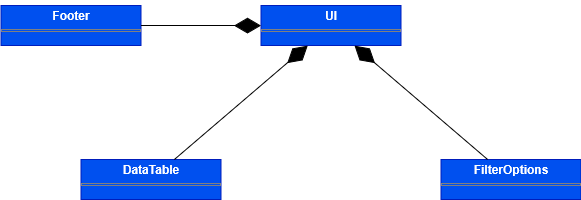
Before: Docs/PB/Generali Esterni/specifica_tecnica/template/images/uml_front/ui/ui.png, a diagram exported from draw.io (6BitBusters/6BitBusters.github.io). Source tidied: cells renumbered, new cells last; positions are measured from the earlier drawing's top-left corner, leaving out a move shared by most shapes. Source of this version:
```xml
<mxGraphModel>
  <root>
    <mxCell id="0" />
    <mxCell id="1" parent="0" />
    <mxCell id="2" value="&lt;p style=&quot;margin:0px;margin-top:4px;text-align:center;&quot;&gt;&lt;b&gt;UI&lt;/b&gt;&lt;/p&gt;&lt;hr size=&quot;1&quot; style=&quot;border-style:solid;&quot;&gt;&lt;div style=&quot;height:2px;&quot;&gt;&lt;/div&gt;" style="verticalAlign=top;align=left;overflow=fill;html=1;whiteSpace=wrap;fillColor=#0050ef;fontColor=#ffffff;strokeColor=#001DBC;" parent="1" vertex="1">
      <mxGeometry x="259.5" width="140" height="40" as="geometry" />
    </mxCell>
    <mxCell id="3" value="&lt;p style=&quot;margin:0px;margin-top:4px;text-align:center;&quot;&gt;&lt;b&gt;DataTable&lt;/b&gt;&lt;/p&gt;&lt;hr size=&quot;1&quot; style=&quot;border-style:solid;&quot;&gt;&lt;div style=&quot;height:2px;&quot;&gt;&lt;/div&gt;" style="verticalAlign=top;align=left;overflow=fill;html=1;whiteSpace=wrap;fillColor=#0050ef;fontColor=#ffffff;strokeColor=#001DBC;" parent="1" vertex="1">
      <mxGeometry x="79.5" y="154" width="140" height="40" as="geometry" />
    </mxCell>
    <mxCell id="4" value="&lt;p style=&quot;margin:0px;margin-top:4px;text-align:center;&quot;&gt;&lt;b&gt;FilterOptions&lt;/b&gt;&lt;/p&gt;&lt;hr size=&quot;1&quot; style=&quot;border-style:solid;&quot;&gt;&lt;div style=&quot;height:2px;&quot;&gt;&lt;/div&gt;" style="verticalAlign=top;align=left;overflow=fill;html=1;whiteSpace=wrap;fillColor=#0050ef;fontColor=#ffffff;strokeColor=#001DBC;" parent="1" vertex="1">
      <mxGeometry x="439.5" y="154" width="140" height="40" as="geometry" />
    </mxCell>
    <mxCell id="5" style="endArrow=diamondThin;endFill=1;endSize=24;html=1;rounded=0;" parent="1" edge="1" source="3" target="2">
      <mxGeometry relative="1" as="geometry" />
    </mxCell>
    <mxCell id="6" style="endArrow=diamondThin;endFill=1;endSize=24;html=1;rounded=0;" parent="1" edge="1" source="4" target="2">
      <mxGeometry relative="1" as="geometry" />
    </mxCell>
    <mxCell id="7" value="&lt;p style=&quot;margin:0px;margin-top:4px;text-align:center;&quot;&gt;&lt;b&gt;Footer&lt;/b&gt;&lt;/p&gt;&lt;hr size=&quot;1&quot; style=&quot;border-style:solid;&quot;&gt;&lt;div style=&quot;height:2px;&quot;&gt;&lt;/div&gt;" style="verticalAlign=top;align=left;overflow=fill;html=1;whiteSpace=wrap;fillColor=#0050ef;fontColor=#ffffff;strokeColor=#001DBC;" parent="1" vertex="1">
      <mxGeometry x="-0.5" width="140" height="40" as="geometry" />
    </mxCell>
    <mxCell id="8" style="endArrow=diamondThin;endFill=1;endSize=24;html=1;rounded=0;" parent="1" edge="1" source="7" target="2">
      <mxGeometry relative="1" as="geometry" />
    </mxCell>
  </root>
</mxGraphModel>
```
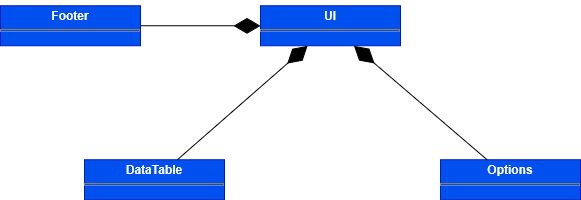
After the change.

What changed in the source:
```diff
@@ -3,13 +3,13 @@
     <mxCell id="0" />
     <mxCell id="1" parent="0" />
     <mxCell id="2" value="&lt;p style=&quot;margin:0px;margin-top:4px;text-align:center;&quot;&gt;&lt;b&gt;UI&lt;/b&gt;&lt;/p&gt;&lt;hr size=&quot;1&quot; style=&quot;border-style:solid;&quot;&gt;&lt;div style=&quot;height:2px;&quot;&gt;&lt;/div&gt;" style="verticalAlign=top;align=left;overflow=fill;html=1;whiteSpace=wrap;fillColor=#0050ef;fontColor=#ffffff;strokeColor=#001DBC;" parent="1" vertex="1">
-      <mxGeometry x="259.5" width="140" height="40" as="geometry" />
+      <mxGeometry x="259.5" y="0.1" width="140" height="40" as="geometry" />
     </mxCell>
     <mxCell id="3" value="&lt;p style=&quot;margin:0px;margin-top:4px;text-align:center;&quot;&gt;&lt;b&gt;DataTable&lt;/b&gt;&lt;/p&gt;&lt;hr size=&quot;1&quot; style=&quot;border-style:solid;&quot;&gt;&lt;div style=&quot;height:2px;&quot;&gt;&lt;/div&gt;" style="verticalAlign=top;align=left;overflow=fill;html=1;whiteSpace=wrap;fillColor=#0050ef;fontColor=#ffffff;strokeColor=#001DBC;" parent="1" vertex="1">
-      <mxGeometry x="79.5" y="154" width="140" height="40" as="geometry" />
+      <mxGeometry x="83.5" y="154.1" width="140" height="40" as="geometry" />
     </mxCell>
-    <mxCell id="4" value="&lt;p style=&quot;margin:0px;margin-top:4px;text-align:center;&quot;&gt;&lt;b&gt;FilterOptions&lt;/b&gt;&lt;/p&gt;&lt;hr size=&quot;1&quot; style=&quot;border-style:solid;&quot;&gt;&lt;div style=&quot;height:2px;&quot;&gt;&lt;/div&gt;" style="verticalAlign=top;align=left;overflow=fill;html=1;whiteSpace=wrap;fillColor=#0050ef;fontColor=#ffffff;strokeColor=#001DBC;" parent="1" vertex="1">
-      <mxGeometry x="439.5" y="154" width="140" height="40" as="geometry" />
+    <mxCell id="4" value="&lt;p style=&quot;margin:0px;margin-top:4px;text-align:center;&quot;&gt;&lt;b&gt;Options&lt;/b&gt;&lt;/p&gt;&lt;hr size=&quot;1&quot; style=&quot;border-style:solid;&quot;&gt;&lt;div style=&quot;height:2px;&quot;&gt;&lt;br&gt;&lt;/div&gt;" style="verticalAlign=top;align=left;overflow=fill;html=1;whiteSpace=wrap;fillColor=#0050ef;fontColor=#ffffff;strokeColor=#001DBC;" parent="1" vertex="1">
+      <mxGeometry x="439.5" y="154.1" width="140" height="40" as="geometry" />
     </mxCell>
     <mxCell id="5" style="endArrow=diamondThin;endFill=1;endSize=24;html=1;rounded=0;" parent="1" edge="1" source="3" target="2">
       <mxGeometry relative="1" as="geometry" />
@@ -18,7 +18,7 @@
       <mxGeometry relative="1" as="geometry" />
     </mxCell>
     <mxCell id="7" value="&lt;p style=&quot;margin:0px;margin-top:4px;text-align:center;&quot;&gt;&lt;b&gt;Footer&lt;/b&gt;&lt;/p&gt;&lt;hr size=&quot;1&quot; style=&quot;border-style:solid;&quot;&gt;&lt;div style=&quot;height:2px;&quot;&gt;&lt;/div&gt;" style="verticalAlign=top;align=left;overflow=fill;html=1;whiteSpace=wrap;fillColor=#0050ef;fontColor=#ffffff;strokeColor=#001DBC;" parent="1" vertex="1">
-      <mxGeometry x="-0.5" width="140" height="40" as="geometry" />
+      <mxGeometry x="-0.5" y="0.1" width="140" height="40" as="geometry" />
     </mxCell>
     <mxCell id="8" style="endArrow=diamondThin;endFill=1;endSize=24;html=1;rounded=0;" parent="1" edge="1" source="7" target="2">
       <mxGeometry relative="1" as="geometry" />
```
